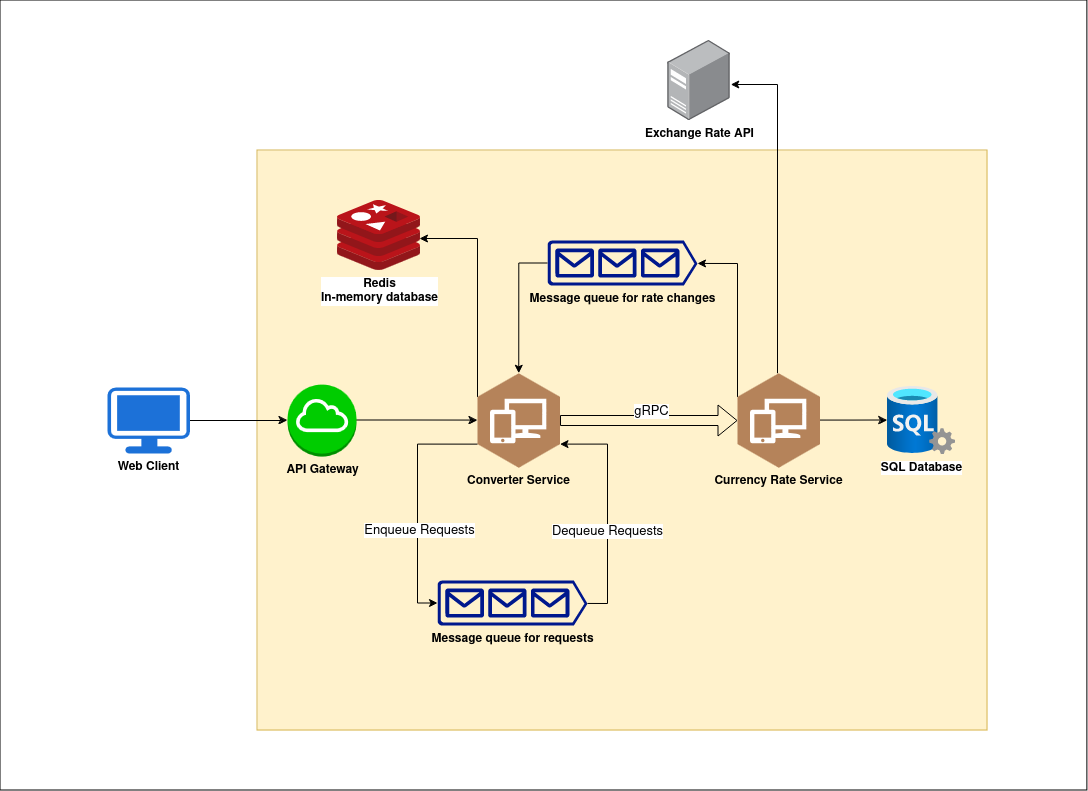
Earlier version of the draw.io export Assets/ReadMe_Images/architecture_diagram.png (hoangtrieu96/SharpCurrencyConverter). Source tidied: cells renumbered, new cells last; positions are measured from the earlier drawing's top-left corner, leaving out a move shared by most shapes.
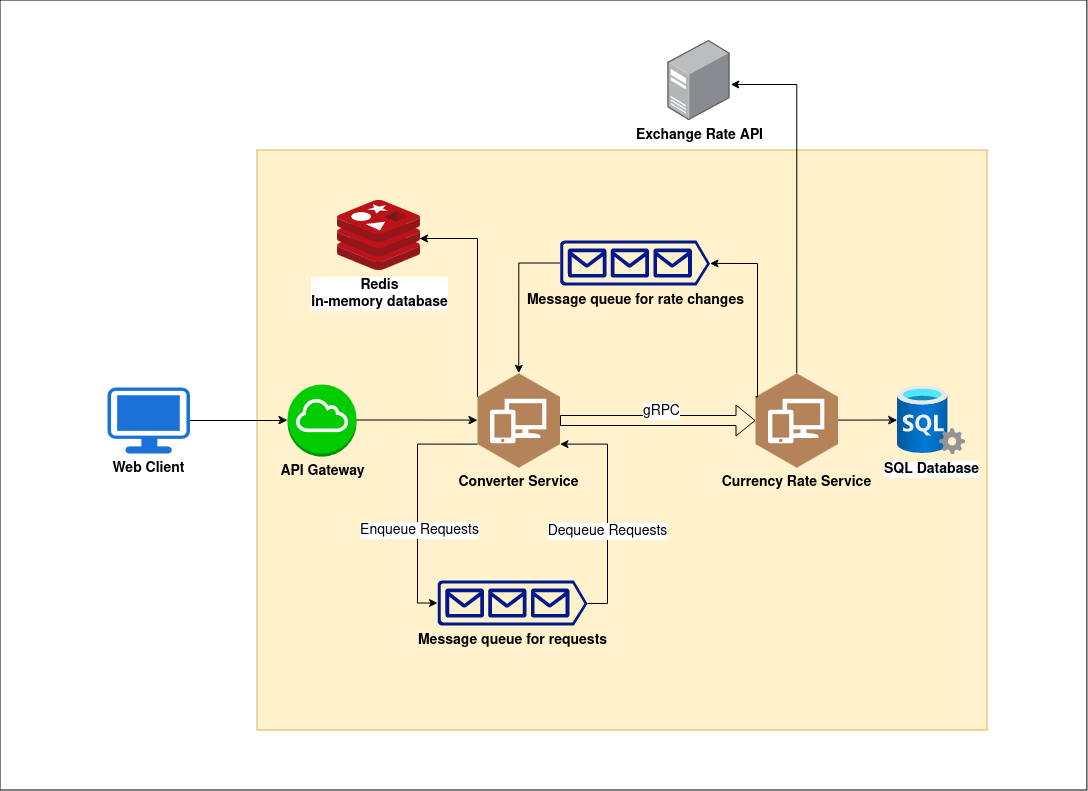
The same file after the commit.

What changed in the source:
```diff
@@ -11,37 +11,37 @@
     <mxCell id="4" style="edgeStyle=orthogonalEdgeStyle;rounded=0;jettySize=auto;html=1;exitX=1;exitY=0.5;exitDx=0;exitDy=0;exitPerimeter=0;" parent="1" edge="1" source="5" target="8">
       <mxGeometry relative="1" as="geometry" />
     </mxCell>
-    <mxCell id="5" value="&lt;b&gt;API Gateway&lt;/b&gt;" style="outlineConnect=0;dashed=0;verticalLabelPosition=bottom;verticalAlign=top;align=center;html=1;shape=mxgraph.aws3.internet_gateway;fillColor=#00CC00;gradientColor=none;" parent="1" vertex="1">
+    <mxCell id="5" value="&lt;font size=&quot;1&quot;&gt;&lt;b style=&quot;font-size: 14px;&quot;&gt;API Gateway&lt;/b&gt;&lt;/font&gt;" style="outlineConnect=0;dashed=0;verticalLabelPosition=bottom;verticalAlign=top;align=center;html=1;shape=mxgraph.aws3.internet_gateway;fillColor=#00CC00;gradientColor=none;" parent="1" vertex="1">
       <mxGeometry x="287" y="384" width="69" height="72" as="geometry" />
     </mxCell>
     <mxCell id="6" style="edgeStyle=orthogonalEdgeStyle;rounded=0;jettySize=auto;html=1;" parent="1" edge="1" source="7" target="5">
       <mxGeometry relative="1" as="geometry" />
     </mxCell>
-    <mxCell id="7" value="&lt;b&gt;Web Client&lt;/b&gt;" style="points=[[0.03,0.03,0],[0.5,0,0],[0.97,0.03,0],[1,0.4,0],[0.97,0.745,0],[0.5,1,0],[0.03,0.745,0],[0,0.4,0]];verticalLabelPosition=bottom;sketch=0;html=1;verticalAlign=top;align=center;shape=mxgraph.cisco19.workstation;fillColor=#1c71d8;strokeColor=none;" parent="1" vertex="1">
+    <mxCell id="7" value="&lt;font size=&quot;1&quot;&gt;&lt;b style=&quot;font-size: 14px;&quot;&gt;Web Client&lt;/b&gt;&lt;/font&gt;" style="points=[[0.03,0.03,0],[0.5,0,0],[0.97,0.03,0],[1,0.4,0],[0.97,0.745,0],[0.5,1,0],[0.03,0.745,0],[0,0.4,0]];verticalLabelPosition=bottom;sketch=0;html=1;verticalAlign=top;align=center;shape=mxgraph.cisco19.workstation;fillColor=#1c71d8;strokeColor=none;" parent="1" vertex="1">
       <mxGeometry x="107" y="387" width="82.5" height="66" as="geometry" />
     </mxCell>
-    <mxCell id="8" value="&lt;b&gt;Converter Service&lt;/b&gt;" style="outlineConnect=0;dashed=0;verticalLabelPosition=bottom;verticalAlign=top;align=center;html=1;shape=mxgraph.aws3.workspaces;fillColor=#b5835a;gradientColor=none;gradientDirection=north;" parent="1" vertex="1">
+    <mxCell id="8" value="&lt;font size=&quot;1&quot;&gt;&lt;b style=&quot;font-size: 14px;&quot;&gt;Converter Service&lt;/b&gt;&lt;/font&gt;" style="outlineConnect=0;dashed=0;verticalLabelPosition=bottom;verticalAlign=top;align=center;html=1;shape=mxgraph.aws3.workspaces;fillColor=#b5835a;gradientColor=none;gradientDirection=north;" parent="1" vertex="1">
       <mxGeometry x="477" y="372.8" width="82.5" height="94.5" as="geometry" />
     </mxCell>
     <mxCell id="9" style="edgeStyle=orthogonalEdgeStyle;rounded=0;jettySize=auto;html=1;" parent="1" edge="1" source="10" target="12">
       <mxGeometry relative="1" as="geometry" />
     </mxCell>
-    <mxCell id="10" value="&lt;b&gt;Currency Rate Service&lt;/b&gt;" style="outlineConnect=0;dashed=0;verticalLabelPosition=bottom;verticalAlign=top;align=center;html=1;shape=mxgraph.aws3.workspaces;fillColor=#b5835a;gradientColor=none;gradientDirection=north;" parent="1" vertex="1">
-      <mxGeometry x="737" y="372.8" width="82.5" height="94.5" as="geometry" />
+    <mxCell id="10" value="&lt;font size=&quot;1&quot;&gt;&lt;b style=&quot;font-size: 14px;&quot;&gt;Currency Rate Service&lt;/b&gt;&lt;/font&gt;" style="outlineConnect=0;dashed=0;verticalLabelPosition=bottom;verticalAlign=top;align=center;html=1;shape=mxgraph.aws3.workspaces;fillColor=#b5835a;gradientColor=none;gradientDirection=north;" parent="1" vertex="1">
+      <mxGeometry x="755" y="372.8" width="82.5" height="94.5" as="geometry" />
     </mxCell>
-    <mxCell id="11" value="&lt;b&gt;Redis&lt;br&gt;In-memory database&lt;br&gt;&lt;/b&gt;" style="image;sketch=0;html=1;points=[];align=center;fontSize=12;image=img/lib/mscae/Cache_Redis_Product.svg;" parent="1" vertex="1">
+    <mxCell id="11" value="&lt;font style=&quot;font-size: 14px;&quot;&gt;&lt;b&gt;Redis&lt;br&gt;In-memory database&lt;br&gt;&lt;/b&gt;&lt;/font&gt;" style="image;sketch=0;html=1;points=[];align=center;fontSize=12;image=img/lib/mscae/Cache_Redis_Product.svg;" parent="1" vertex="1">
       <mxGeometry x="337" y="200" width="83.3" height="70" as="geometry" />
     </mxCell>
-    <mxCell id="12" value="&lt;b&gt;SQL Database&lt;/b&gt;" style="image;html=1;points=[];align=center;fontSize=12;image=img/lib/azure2/databases/SQL_Server.svg;" parent="1" vertex="1">
-      <mxGeometry x="887" y="386" width="68" height="68" as="geometry" />
+    <mxCell id="12" value="&lt;font size=&quot;1&quot;&gt;&lt;b style=&quot;font-size: 14px;&quot;&gt;SQL Database&lt;/b&gt;&lt;/font&gt;" style="image;html=1;points=[];align=center;fontSize=12;image=img/lib/azure2/databases/SQL_Server.svg;" parent="1" vertex="1">
+      <mxGeometry x="897" y="386" width="68" height="68" as="geometry" />
     </mxCell>
-    <mxCell id="13" value="&lt;b&gt;Message queue&lt;/b&gt; &lt;b&gt;for requests&lt;/b&gt;" style="sketch=0;shadow=0;dashed=0;html=1;strokeColor=none;labelPosition=center;verticalLabelPosition=bottom;verticalAlign=top;align=center;fillColor=#00188D;shape=mxgraph.azure.queue_generic;" parent="1" vertex="1">
+    <mxCell id="13" value="&lt;font style=&quot;font-size: 14px;&quot;&gt;&lt;b&gt;Message queue&lt;/b&gt; &lt;b&gt;for requests&lt;/b&gt;&lt;/font&gt;" style="sketch=0;shadow=0;dashed=0;html=1;strokeColor=none;labelPosition=center;verticalLabelPosition=bottom;verticalAlign=top;align=center;fillColor=#00188D;shape=mxgraph.azure.queue_generic;" parent="1" vertex="1">
       <mxGeometry x="437" y="580" width="150" height="45" as="geometry" />
     </mxCell>
     <mxCell id="14" style="edgeStyle=orthogonalEdgeStyle;rounded=0;jettySize=auto;html=1;exitX=0;exitY=0.75;exitDx=0;exitDy=0;exitPerimeter=0;entryX=0;entryY=0.5;entryDx=0;entryDy=0;entryPerimeter=0;" parent="1" edge="1" source="8" target="13">
       <mxGeometry relative="1" as="geometry" />
     </mxCell>
-    <mxCell id="15" value="&lt;font style=&quot;font-size: 13px;&quot;&gt;Enqueue Requests&lt;/font&gt;" style="edgeLabel;html=1;align=center;verticalAlign=middle;" parent="14" vertex="1">
+    <mxCell id="15" value="&lt;font style=&quot;font-size: 14px;&quot;&gt;Enqueue Requests&lt;/font&gt;" style="edgeLabel;html=1;align=center;verticalAlign=middle;" parent="14" vertex="1">
       <mxGeometry x="0.07" y="1" relative="1" as="geometry">
         <mxPoint y="18" as="offset" />
       </mxGeometry>
@@ -49,7 +49,7 @@
     <mxCell id="16" style="edgeStyle=orthogonalEdgeStyle;rounded=0;jettySize=auto;html=1;exitX=1;exitY=0.51;exitDx=0;exitDy=0;exitPerimeter=0;entryX=1;entryY=0.75;entryDx=0;entryDy=0;entryPerimeter=0;" parent="1" edge="1" source="13" target="8">
       <mxGeometry relative="1" as="geometry" />
     </mxCell>
-    <mxCell id="17" value="&lt;font style=&quot;font-size: 13px;&quot;&gt;Dequeue Requests&lt;/font&gt;" style="edgeLabel;html=1;align=center;verticalAlign=middle;" parent="16" vertex="1">
+    <mxCell id="17" value="&lt;font style=&quot;font-size: 14px;&quot;&gt;Dequeue Requests&lt;/font&gt;" style="edgeLabel;html=1;align=center;verticalAlign=middle;" parent="16" vertex="1">
       <mxGeometry x="-0.24" y="1" relative="1" as="geometry">
         <mxPoint y="-7" as="offset" />
       </mxGeometry>
@@ -57,18 +57,18 @@
     <mxCell id="18" style="shape=flexArrow;endArrow=classic;html=1;rounded=0;exitX=1;exitY=0.5;exitDx=0;exitDy=0;exitPerimeter=0;entryX=0;entryY=0.5;entryDx=0;entryDy=0;entryPerimeter=0;" parent="1" edge="1" source="8" target="10">
       <mxGeometry relative="1" as="geometry" />
     </mxCell>
-    <mxCell id="19" value="&lt;font style=&quot;font-size: 13px;&quot;&gt;gRPC&lt;/font&gt;" style="edgeLabel;html=1;align=center;verticalAlign=middle;" parent="18" vertex="1">
+    <mxCell id="19" value="&lt;font style=&quot;font-size: 14px;&quot;&gt;gRPC&lt;/font&gt;" style="edgeLabel;html=1;align=center;verticalAlign=middle;" parent="18" vertex="1">
       <mxGeometry x="0.16" y="1" relative="1" as="geometry">
         <mxPoint x="-12" y="-9" as="offset" />
       </mxGeometry>
     </mxCell>
-    <mxCell id="20" value="&lt;b&gt;Exchange Rate API&lt;/b&gt;" style="image;points=[];html=1;align=center;shadow=0;dashed=0;image=img/lib/allied_telesis/computer_and_terminals/Server_Desktop.svg;" parent="1" vertex="1">
+    <mxCell id="20" value="&lt;font size=&quot;1&quot;&gt;&lt;b style=&quot;font-size: 14px;&quot;&gt;Exchange Rate API&lt;/b&gt;&lt;/font&gt;" style="image;points=[];html=1;align=center;shadow=0;dashed=0;image=img/lib/allied_telesis/computer_and_terminals/Server_Desktop.svg;" parent="1" vertex="1">
       <mxGeometry x="667" y="40" width="63.1" height="80" as="geometry" />
     </mxCell>
-    <mxCell id="21" style="edgeStyle=orthogonalEdgeStyle;rounded=0;jettySize=auto;html=1;entryX=1.003;entryY=0.55;entryDx=0;entryDy=0;entryPerimeter=0;" parent="1" edge="1" source="10" target="20">
+    <mxCell id="21" style="edgeStyle=orthogonalEdgeStyle;rounded=0;jettySize=auto;html=1;entryX=1.003;entryY=0.55;entryDx=0;entryDy=0;entryPerimeter=0;exitX=0.5;exitY=0;exitDx=0;exitDy=0;exitPerimeter=0;" parent="1" edge="1" source="10" target="20">
       <mxGeometry relative="1" as="geometry">
         <Array as="points">
-          <mxPoint x="777" y="84" />
+          <mxPoint x="796" y="84" />
         </Array>
       </mxGeometry>
     </mxCell>
@@ -79,18 +79,19 @@
         </Array>
       </mxGeometry>
     </mxCell>
-    <mxCell id="23" value="&lt;b&gt;Message queue for rate changes&lt;br&gt;&lt;/b&gt;" style="sketch=0;shadow=0;dashed=0;html=1;strokeColor=none;labelPosition=center;verticalLabelPosition=bottom;verticalAlign=top;align=center;fillColor=#00188D;shape=mxgraph.azure.queue_generic;" parent="1" vertex="1">
-      <mxGeometry x="547" y="240" width="150" height="45" as="geometry" />
+    <mxCell id="23" value="&lt;font style=&quot;font-size: 14px;&quot;&gt;&lt;b&gt;Message queue for rate changes&lt;br&gt;&lt;/b&gt;&lt;/font&gt;" style="sketch=0;shadow=0;dashed=0;html=1;strokeColor=none;labelPosition=center;verticalLabelPosition=bottom;verticalAlign=top;align=center;fillColor=#00188D;shape=mxgraph.azure.queue_generic;" parent="1" vertex="1">
+      <mxGeometry x="559.5" y="240" width="150" height="45" as="geometry" />
     </mxCell>
+    <mxCell id="25" style="edgeStyle=orthogonalEdgeStyle;rounded=0;jettySize=auto;html=1;exitX=0;exitY=0.5;exitDx=0;exitDy=0;exitPerimeter=0;entryX=0.5;entryY=0;entryDx=0;entryDy=0;entryPerimeter=0;" parent="1" edge="1" source="23" target="8">
+      <mxGeometry relative="1" as="geometry" />
+    </mxCell>
     <mxCell id="24" style="edgeStyle=orthogonalEdgeStyle;rounded=0;jettySize=auto;html=1;exitX=0;exitY=0.25;exitDx=0;exitDy=0;exitPerimeter=0;entryX=1;entryY=0.51;entryDx=0;entryDy=0;entryPerimeter=0;" parent="1" edge="1" source="10" target="23">
       <mxGeometry relative="1" as="geometry">
         <Array as="points">
-          <mxPoint x="737" y="263" />
+          <mxPoint x="757" y="396" />
+          <mxPoint x="757" y="263" />
         </Array>
       </mxGeometry>
     </mxCell>
-    <mxCell id="25" style="edgeStyle=orthogonalEdgeStyle;rounded=0;jettySize=auto;html=1;exitX=0;exitY=0.5;exitDx=0;exitDy=0;exitPerimeter=0;entryX=0.5;entryY=0;entryDx=0;entryDy=0;entryPerimeter=0;" parent="1" edge="1" source="23" target="8">
-      <mxGeometry relative="1" as="geometry" />
-    </mxCell>
   </root>
 </mxGraphModel>
```
